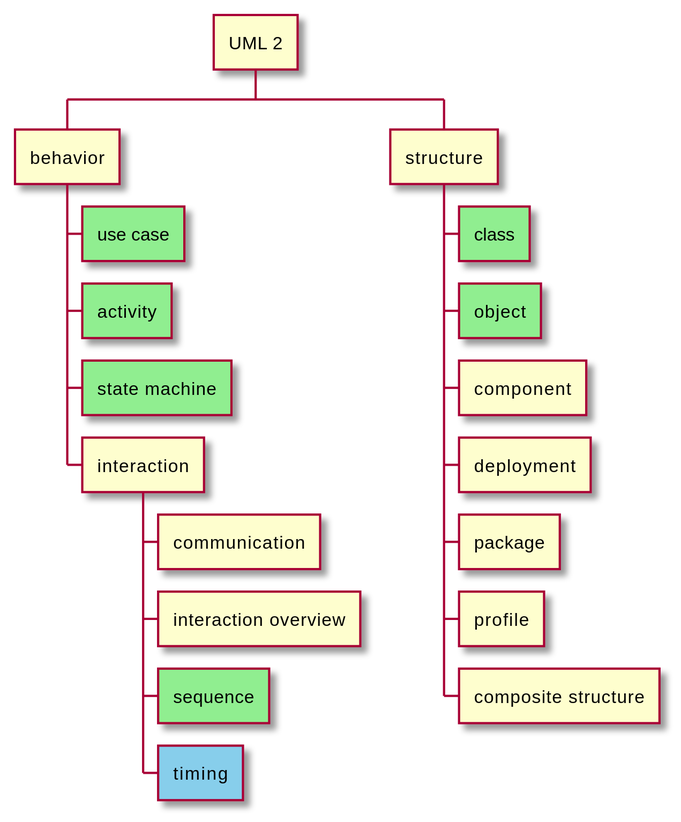
The PlantUML diagram lectures/figures/uml/diagrams.svg in pintergreg/software-engineering, before a commit. Source of this version:
```plantuml
@startwbs
scale 2
skin rose

+ UML 2
++ behavior
+++[#LightGreen] use case
+++[#LightGreen] activity
+++[#LightGreen] state machine
+++ interaction
++++ communication
++++ interaction overview
++++[#LightGreen] sequence
++++[#SkyBlue] timing
++ structure
+++[#LightGreen] class
+++[#LightGreen] object
+++ component
+++ deployment
+++ package
+++ profile
+++ composite structure

@endwbs
```
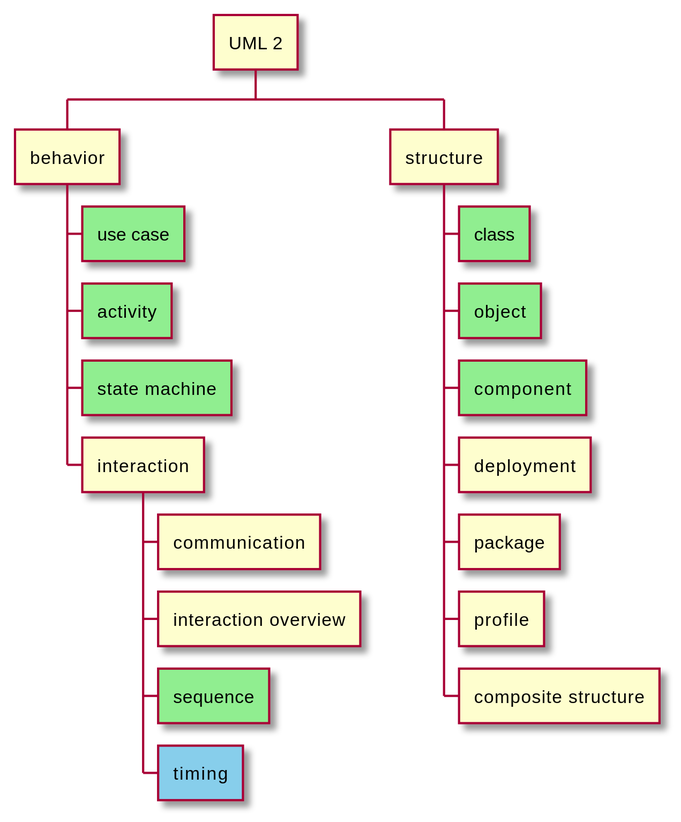
The same file after the commit.

Commit message:
Make component green #4

Diff of the diagram source:
```diff
@@ -15,7 +15,7 @@
 ++ structure
 +++[#LightGreen] class
 +++[#LightGreen] object
-+++ component
++++[#LightGreen] component
 +++ deployment
 +++ package
 +++ profile
```
